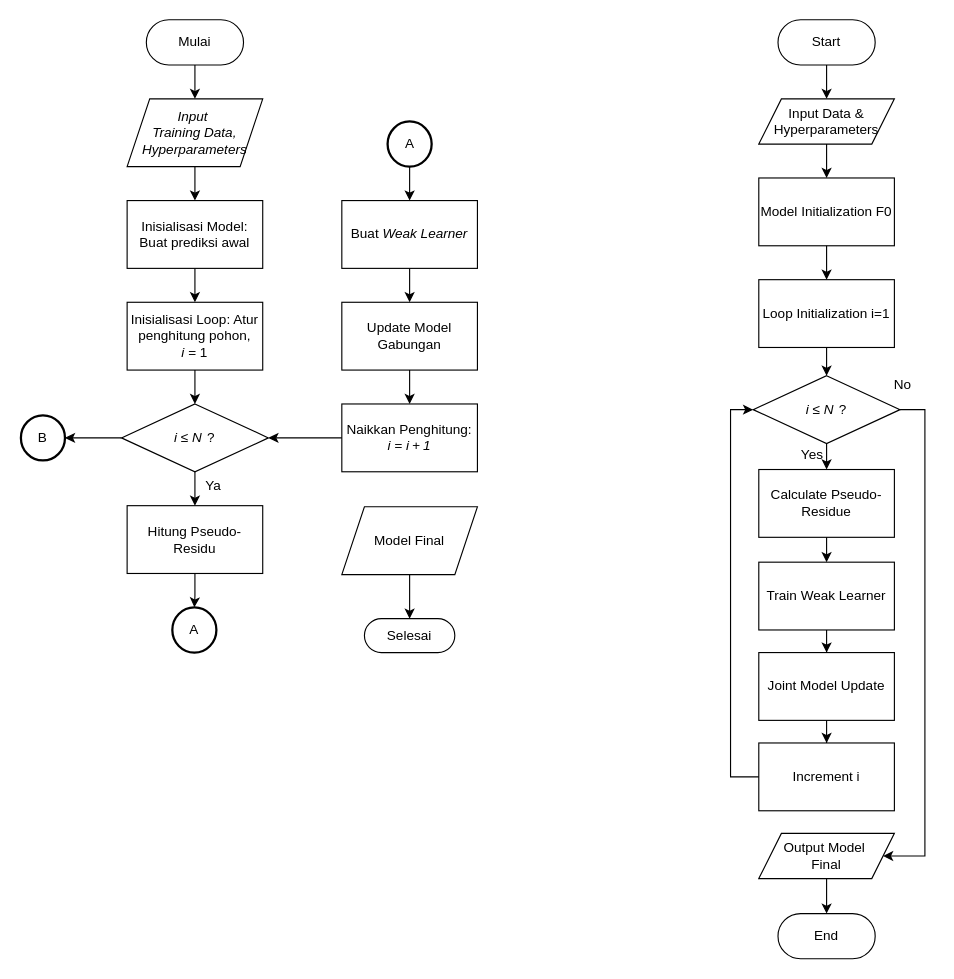
Before: diagrams/Flowchart gradient boosting.drawio in fadhilra101/skripsi, a draw.io diagram. Source tidied: cells renumbered, new cells numbered last; positions are measured from the earlier drawing's top-left corner, leaving out a move shared by most shapes. Both pictures are drawn from the tidied source at 113%, with x=0, y=0 at pixel (20, 19).
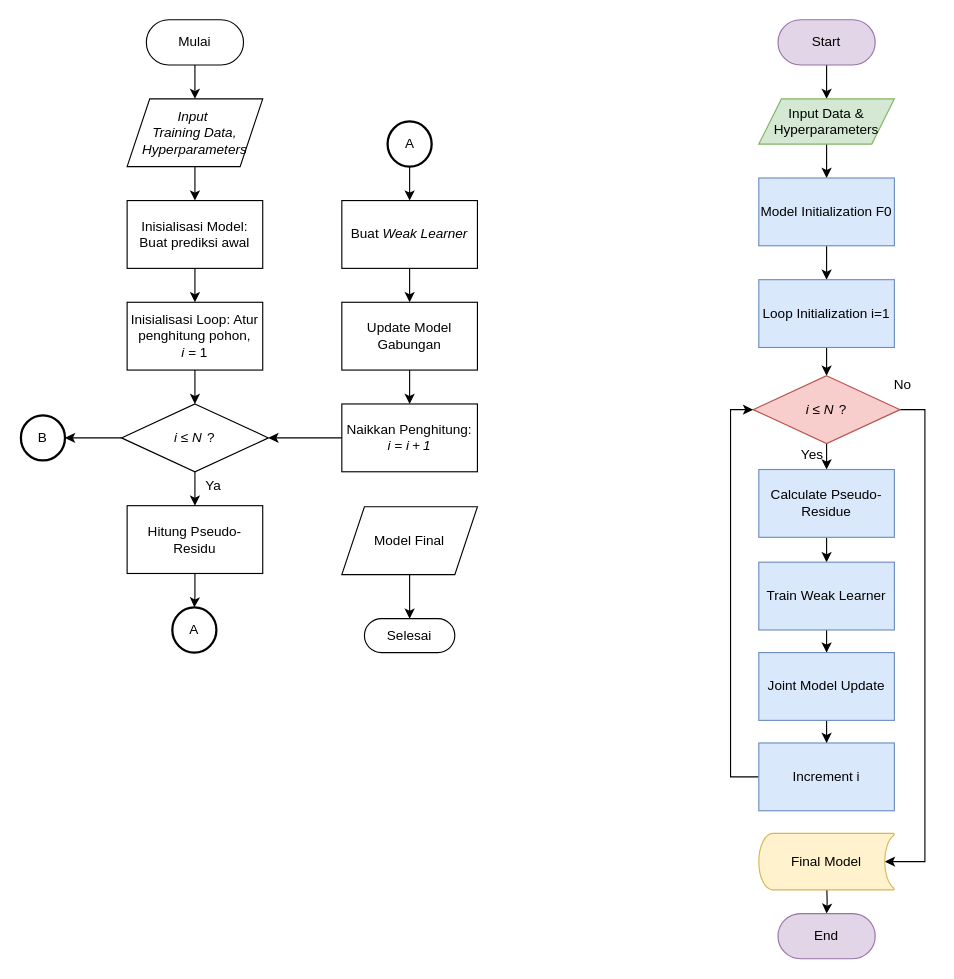
The same page after the edit.

What changed in the source:
```diff
@@
-    <mxCell id="30" value="Start" style="html=1;dashed=0;whiteSpace=wrap;shape=mxgraph.dfd.start;" parent="1" vertex="1">
+    <mxCell id="30" value="Start" style="html=1;dashed=0;whiteSpace=wrap;shape=mxgraph.dfd.start;fillColor=#e1d5e7;strokeColor=#9673a6;" parent="1" vertex="1">
       <mxGeometry x="670" width="86" height="40" as="geometry" />
     </mxCell>
@@
-    <mxCell id="32" value="Input Data &amp;amp; Hyperparameters" style="shape=parallelogram;perimeter=parallelogramPerimeter;whiteSpace=wrap;html=1;fixedSize=1;fillColor=none;" parent="1" vertex="1">
+    <mxCell id="32" value="Input Data &amp;amp; Hyperparameters" style="shape=parallelogram;perimeter=parallelogramPerimeter;whiteSpace=wrap;html=1;fixedSize=1;fillColor=#d5e8d4;strokeColor=#82b366;" parent="1" vertex="1">
       <mxGeometry x="653" y="70" width="120" height="40" as="geometry" />
     </mxCell>
@@
-    <mxCell id="34" value="&lt;p&gt;Model Initialization F0&lt;/p&gt;" style="rounded=0;whiteSpace=wrap;html=1;fillColor=none;" parent="1" vertex="1">
+    <mxCell id="34" value="&lt;p&gt;Model Initialization F0&lt;/p&gt;" style="rounded=0;whiteSpace=wrap;html=1;fillColor=#dae8fc;strokeColor=#6c8ebf;" parent="1" vertex="1">
       <mxGeometry x="653" y="140" width="120" height="60" as="geometry" />
     </mxCell>
@@
-    <mxCell id="36" value="&lt;p&gt;Loop Initialization i=1&lt;/p&gt;" style="rounded=0;whiteSpace=wrap;html=1;fillColor=none;" parent="1" vertex="1">
+    <mxCell id="36" value="&lt;p&gt;Loop Initialization i=1&lt;/p&gt;" style="rounded=0;whiteSpace=wrap;html=1;fillColor=#dae8fc;strokeColor=#6c8ebf;" parent="1" vertex="1">
       <mxGeometry x="653" y="230" width="120" height="60" as="geometry" />
     </mxCell>
@@
-    <mxCell id="38" style="edgeStyle=orthogonalEdgeStyle;rounded=0;jettySize=auto;html=1;entryX=1;entryY=0.5;entryDx=0;entryDy=0;" parent="1" edge="1" source="39" target="41">
+    <mxCell id="38" style="edgeStyle=orthogonalEdgeStyle;rounded=0;jettySize=auto;html=1;entryX=0.93;entryY=0.5;entryDx=0;entryDy=0;entryPerimeter=0;" parent="1" edge="1" source="39" target="53">
       <mxGeometry relative="1" as="geometry">
         <Array as="points">
           <mxPoint x="800" y="345" />
-          <mxPoint x="800" y="740" />
+          <mxPoint x="800" y="745" />
         </Array>
       </mxGeometry>
     </mxCell>
-    <mxCell id="39" value="&lt;i&gt;i&amp;nbsp;&lt;/i&gt;&lt;span style=&quot;&quot; class=&quot;katex&quot;&gt;&lt;span style=&quot;&quot; aria-hidden=&quot;true&quot; class=&quot;katex-html&quot;&gt;&lt;span style=&quot;&quot; class=&quot;base&quot;&gt;&lt;span style=&quot;&quot; class=&quot;mrel&quot;&gt;≤&lt;/span&gt;&lt;span style=&quot;margin-right: 0.2778em; margin-right: 0.2778em;&quot; class=&quot;mspace&quot;&gt;&lt;/span&gt;&lt;/span&gt;&lt;span style=&quot;&quot; class=&quot;base&quot;&gt;&lt;i&gt;&lt;span style=&quot;height: 0.6833em;&quot; class=&quot;strut&quot;&gt;&lt;/span&gt;&lt;span style=&quot;margin-right: 0.109em;&quot; class=&quot;mord mathnormal&quot;&gt;N&lt;/span&gt;&lt;/i&gt;&lt;/span&gt;&lt;/span&gt;&lt;/span&gt; ?" style="rhombus;whiteSpace=wrap;html=1;fillColor=none;" parent="1" vertex="1">
+    <mxCell id="39" value="&lt;i&gt;i&amp;nbsp;&lt;/i&gt;&lt;span style=&quot;&quot; class=&quot;katex&quot;&gt;&lt;span style=&quot;&quot; aria-hidden=&quot;true&quot; class=&quot;katex-html&quot;&gt;&lt;span style=&quot;&quot; class=&quot;base&quot;&gt;&lt;span style=&quot;&quot; class=&quot;mrel&quot;&gt;≤&lt;/span&gt;&lt;span style=&quot;margin-right: 0.2778em; margin-right: 0.2778em;&quot; class=&quot;mspace&quot;&gt;&lt;/span&gt;&lt;/span&gt;&lt;span style=&quot;&quot; class=&quot;base&quot;&gt;&lt;i&gt;&lt;span style=&quot;height: 0.6833em;&quot; class=&quot;strut&quot;&gt;&lt;/span&gt;&lt;span style=&quot;margin-right: 0.109em;&quot; class=&quot;mord mathnormal&quot;&gt;N&lt;/span&gt;&lt;/i&gt;&lt;/span&gt;&lt;/span&gt;&lt;/span&gt; ?" style="rhombus;whiteSpace=wrap;html=1;fillColor=#f8cecc;strokeColor=#b85450;" parent="1" vertex="1">
       <mxGeometry x="648" y="315" width="130" height="60" as="geometry" />
     </mxCell>
-    <mxCell id="40" style="edgeStyle=orthogonalEdgeStyle;rounded=0;jettySize=auto;html=1;" parent="1" edge="1" source="41" target="42">
-      <mxGeometry relative="1" as="geometry" />
+    <mxCell id="40" style="edgeStyle=orthogonalEdgeStyle;rounded=0;jettySize=auto;html=1;" parent="1" edge="1" target="42">
+      <mxGeometry relative="1" as="geometry">
+        <mxPoint x="713" y="760" as="sourcePoint" />
+      </mxGeometry>
     </mxCell>
-    <mxCell id="41" value="Output Model&amp;nbsp;&lt;div&gt;Final&lt;/div&gt;" style="shape=parallelogram;perimeter=parallelogramPerimeter;whiteSpace=wrap;html=1;fixedSize=1;fillColor=none;" parent="1" vertex="1">
-      <mxGeometry x="653" y="720" width="120" height="40" as="geometry" />
-    </mxCell>
-    <mxCell id="42" value="End" style="html=1;dashed=0;whiteSpace=wrap;shape=mxgraph.dfd.start;" parent="1" vertex="1">
+    <mxCell id="42" value="End" style="html=1;dashed=0;whiteSpace=wrap;shape=mxgraph.dfd.start;fillColor=#e1d5e7;strokeColor=#9673a6;" parent="1" vertex="1">
       <mxGeometry x="670" y="791" width="86" height="40" as="geometry" />
     </mxCell>
@@
-    <mxCell id="45" value="&lt;p&gt;Calculate Pseudo-Residue&lt;/p&gt;" style="rounded=0;whiteSpace=wrap;html=1;fillColor=none;" parent="1" vertex="1">
+    <mxCell id="45" value="&lt;p&gt;Calculate Pseudo-Residue&lt;/p&gt;" style="rounded=0;whiteSpace=wrap;html=1;fillColor=#dae8fc;strokeColor=#6c8ebf;" parent="1" vertex="1">
       <mxGeometry x="653" y="398" width="120" height="60" as="geometry" />
     </mxCell>
@@
-    <mxCell id="47" value="Train Weak Learner" style="rounded=0;whiteSpace=wrap;html=1;fillColor=none;" parent="1" vertex="1">
+    <mxCell id="47" value="Train Weak Learner" style="rounded=0;whiteSpace=wrap;html=1;fillColor=#dae8fc;strokeColor=#6c8ebf;" parent="1" vertex="1">
       <mxGeometry x="653" y="480" width="120" height="60" as="geometry" />
     </mxCell>
@@
-    <mxCell id="49" value="&lt;p&gt;Joint Model Update&lt;/p&gt;" style="rounded=0;whiteSpace=wrap;html=1;fillColor=none;" parent="1" vertex="1">
+    <mxCell id="49" value="&lt;p&gt;Joint Model Update&lt;/p&gt;" style="rounded=0;whiteSpace=wrap;html=1;fillColor=#dae8fc;strokeColor=#6c8ebf;" parent="1" vertex="1">
       <mxGeometry x="653" y="560" width="120" height="60" as="geometry" />
     </mxCell>
@@
-    <mxCell id="51" value="Increment i" style="rounded=0;whiteSpace=wrap;html=1;fillColor=none;" parent="1" vertex="1">
+    <mxCell id="51" value="Increment i" style="rounded=0;whiteSpace=wrap;html=1;fillColor=#dae8fc;strokeColor=#6c8ebf;" parent="1" vertex="1">
       <mxGeometry x="653" y="640" width="120" height="60" as="geometry" />
     </mxCell>
@@
+    <mxCell id="53" value="Final Model" style="strokeWidth=1;html=1;shape=mxgraph.flowchart.stored_data;whiteSpace=wrap;fillColor=#fff2cc;strokeColor=#d6b656;" parent="1" vertex="1">
+      <mxGeometry x="653" y="720" width="120" height="50" as="geometry" />
+    </mxCell>
```
